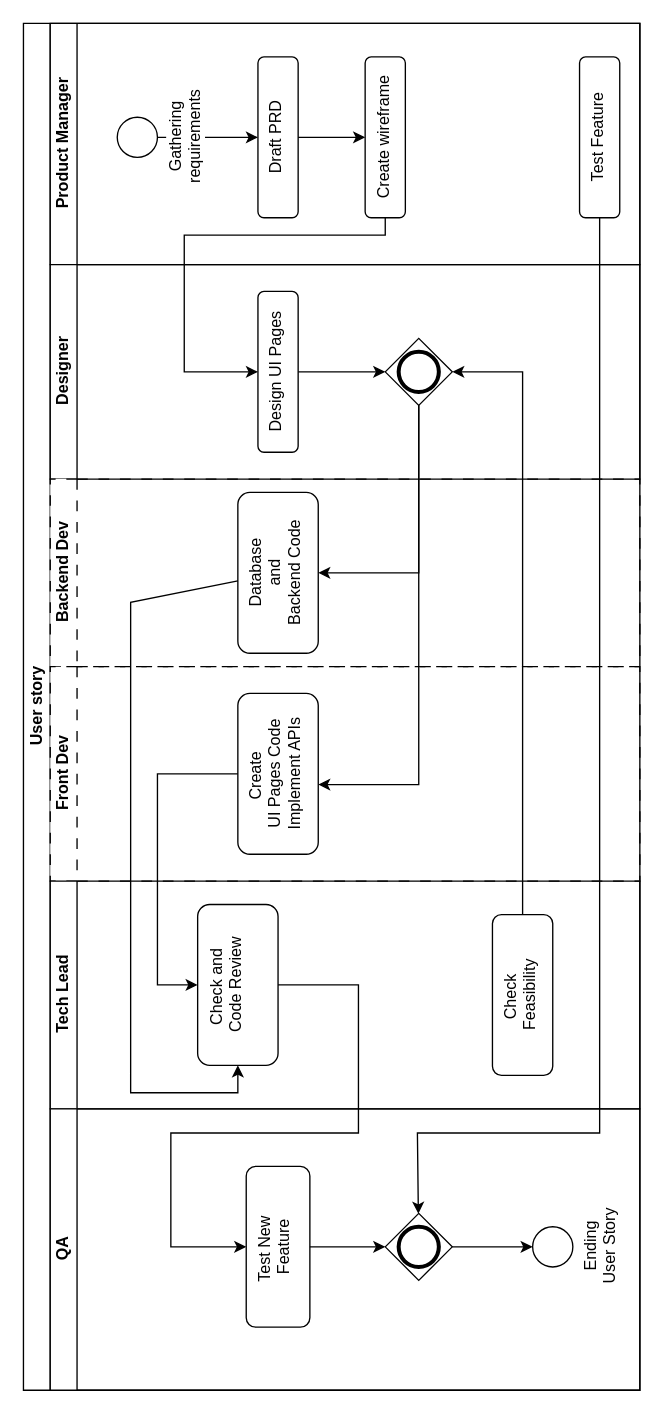
Above: page "Changed Process" (2 of 2) of Untitled Diagram.drawio in Elprofessore00/business-process-management (draw.io), before the change. Source tidied: cells renumbered, new cells numbered last; positions are measured from the earlier drawing's top-left corner, leaving out a move shared by most shapes. Both pictures are drawn from the tidied source at 134%, with x=0, y=0 at pixel (23, 23).
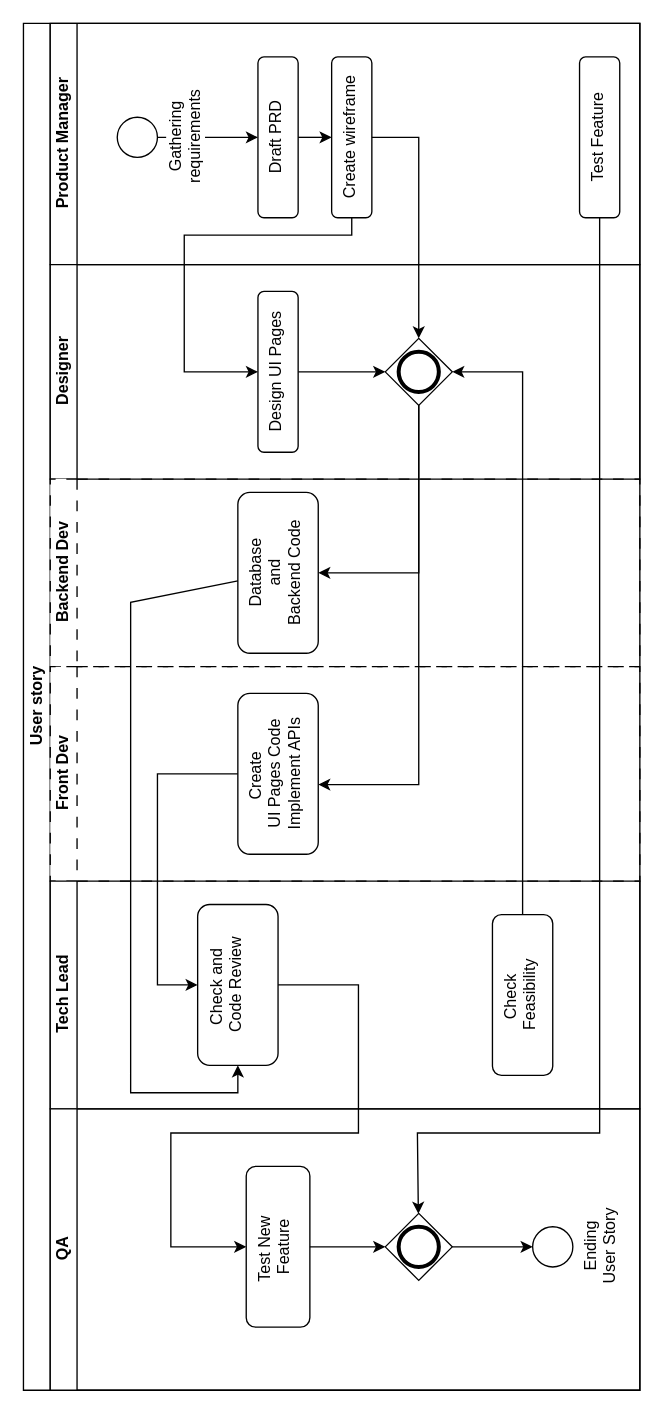
Above is the later version.

Unchanged cells that the change refers to:
```xml
<mxCell id="2" value="User story" style="swimlane;html=1;horizontal=0;startSize=20;" parent="1" vertex="1">
  <mxGeometry width="460" height="1020" as="geometry" />
</mxCell>
<mxCell id="3" value="Product Manager" style="swimlane;html=1;startSize=20;horizontal=0;fontSize=12;" parent="2" vertex="1">
  <mxGeometry x="20" width="440" height="180" as="geometry" />
</mxCell>
<mxCell id="12" value="Design UI Pages" style="whiteSpace=wrap;html=1;verticalAlign=top;rounded=1;labelBackgroundColor=#ffffff;direction=east;rotation=270;" parent="10" vertex="1">
  <mxGeometry x="110" y="65" width="120" height="30" as="geometry" />
</mxCell>
<mxCell id="13" style="shape=mxgraph.bpmn.gateway2;html=1;verticalLabelPosition=bottom;labelBackgroundColor=#ffffff;verticalAlign=top;align=center;outlineConnect=0;outline=end;symbol=general;points=[[0.25,0.25,0],[0.5,0,0],[0.75,0.25,0],[1,0.5,0],[0.75,0.75,0],[0.5,1,0],[0.25,0.75,0],[0,0.5,0]];perimeter=rhombusPerimeter;direction=east;rotation=270;" parent="10" vertex="1">
  <mxGeometry x="250" y="55" width="50" height="50" as="geometry" />
</mxCell>
```

The edit, as a diff of the source:
```diff
@@
     <mxCell id="8" value="Create wireframe" style="rounded=1;whiteSpace=wrap;html=1;verticalAlign=top;labelBackgroundColor=#ffffff;fillStyle=solid;direction=east;rotation=270;" parent="3" vertex="1">
-      <mxGeometry x="190" y="70" width="120" height="30" as="geometry" />
+      <mxGeometry x="165" y="70" width="120" height="30" as="geometry" />
     </mxCell>
@@
     <mxCell id="25" style="edgeStyle=orthogonalEdgeStyle;rounded=0;jettySize=auto;html=1;exitX=0;exitY=0.5;exitDx=0;exitDy=0;entryX=0.5;entryY=0;entryDx=0;entryDy=0;" parent="2" edge="1" source="8" target="12">
       <mxGeometry relative="1" as="geometry">
         <Array as="points">
-          <mxPoint x="270" y="158" />
+          <mxPoint x="245" y="158" />
           <mxPoint x="120" y="158" />
           <mxPoint x="120" y="260" />
         </Array>
       </mxGeometry>
     </mxCell>
@@
+    <mxCell id="35" style="edgeStyle=orthogonalEdgeStyle;rounded=0;jettySize=auto;html=1;entryX=1;entryY=0.5;entryDx=0;entryDy=0;entryPerimeter=0;" parent="2" edge="1" source="8" target="13">
+      <mxGeometry relative="1" as="geometry" />
+    </mxCell>
```
